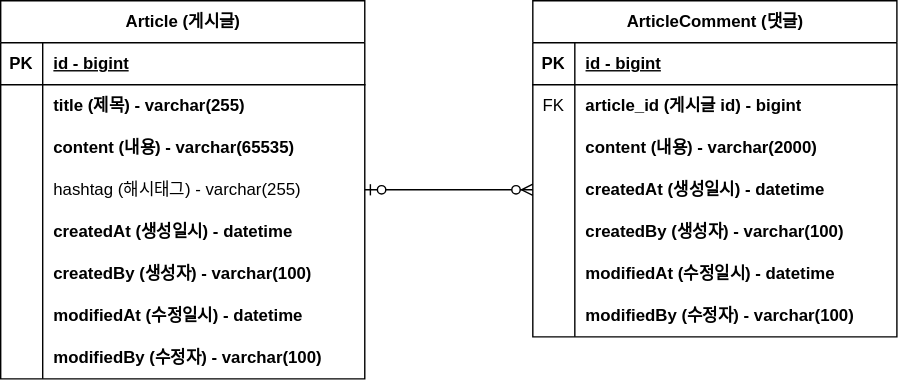
Earlier version of the draw.io export project-board-erd.drawio.svg (jhkim980225/project-board). Source tidied: cells renumbered, new cells last; positions are measured from the earlier drawing's top-left corner, leaving out a move shared by most shapes.
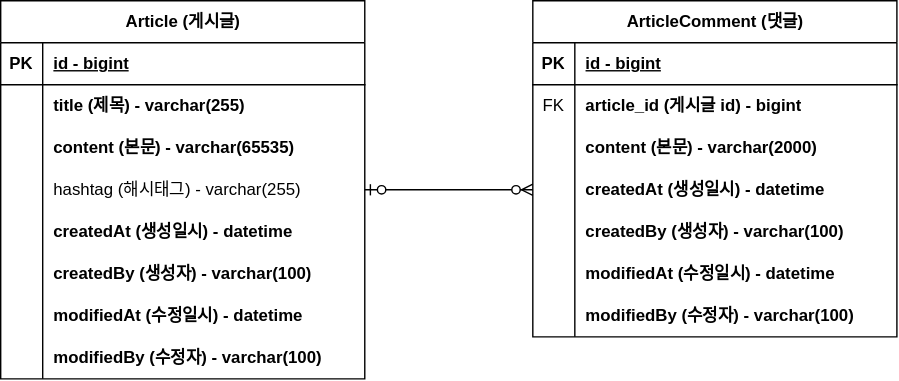
The same file after the commit.

Commit message:
#8 - ERD 주석 업데이트 : project-board-erd.drawio.svg 업데이트

Change to the diagram source:
```diff
@@ -29,7 +29,7 @@
     <mxCell id="10" style="shape=partialRectangle;fillColor=none;top=0;left=0;bottom=0;right=0;overflow=hidden;whiteSpace=wrap;html=1;" parent="9" vertex="1">
       <mxGeometry width="30" height="30" as="geometry" />
     </mxCell>
-    <mxCell id="11" value="content (내용) - varchar(65535)" style="shape=partialRectangle;fillColor=none;top=0;left=0;bottom=0;right=0;align=left;spacingLeft=6;overflow=hidden;whiteSpace=wrap;html=1;fontStyle=1;" parent="9" vertex="1">
+    <mxCell id="11" value="content (본문) - varchar(65535)" style="shape=partialRectangle;fillColor=none;top=0;left=0;bottom=0;right=0;align=left;spacingLeft=6;overflow=hidden;whiteSpace=wrap;html=1;fontStyle=1;" parent="9" vertex="1">
       <mxGeometry x="30" width="230" height="30" as="geometry" />
     </mxCell>
     <mxCell id="12" style="shape=tableRow;horizontal=0;startSize=0;swimlaneHead=0;swimlaneBody=0;fillColor=none;points=[[0,0.5],[1,0.5]];portConstraint=eastwest;top=0;left=0;right=0;bottom=0;" parent="2" vertex="1">
@@ -104,7 +104,7 @@
     <mxCell id="35" style="shape=partialRectangle;fillColor=none;top=0;left=0;bottom=0;right=0;overflow=hidden;whiteSpace=wrap;html=1;" parent="34" vertex="1">
       <mxGeometry width="30" height="30" as="geometry" />
     </mxCell>
-    <mxCell id="36" value="content (내용) -&amp;nbsp;varchar(2000)" style="shape=partialRectangle;fillColor=none;top=0;left=0;bottom=0;right=0;align=left;spacingLeft=6;overflow=hidden;whiteSpace=wrap;html=1;fontStyle=1;" parent="34" vertex="1">
+    <mxCell id="36" value="content (본문) -&amp;nbsp;varchar(2000)" style="shape=partialRectangle;fillColor=none;top=0;left=0;bottom=0;right=0;align=left;spacingLeft=6;overflow=hidden;whiteSpace=wrap;html=1;fontStyle=1;" parent="34" vertex="1">
       <mxGeometry x="30" width="230" height="30" as="geometry" />
     </mxCell>
     <mxCell id="37" style="shape=tableRow;horizontal=0;startSize=0;swimlaneHead=0;swimlaneBody=0;fillColor=none;points=[[0,0.5],[1,0.5]];portConstraint=eastwest;top=0;left=0;right=0;bottom=0;" parent="27" vertex="1">
```
